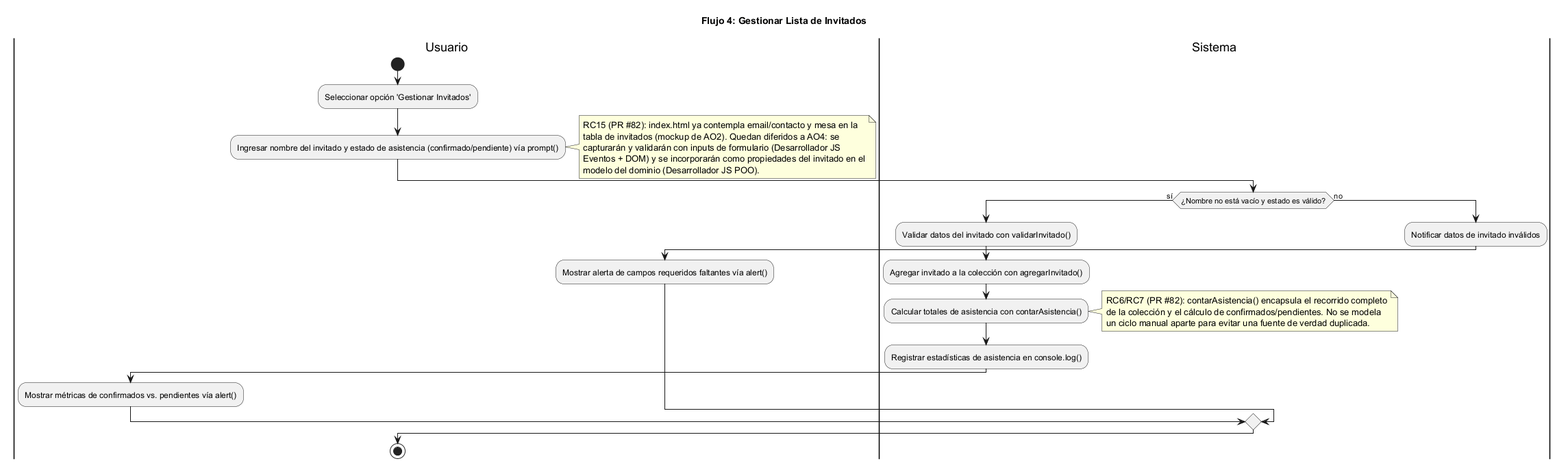
Before: docs/05-diagramas/01-diagrama-de-actividades/actividad-flujo-4-gestionar-invitados.png, a diagram exported from PlantUML (carolabenvenuto-uces/planit).
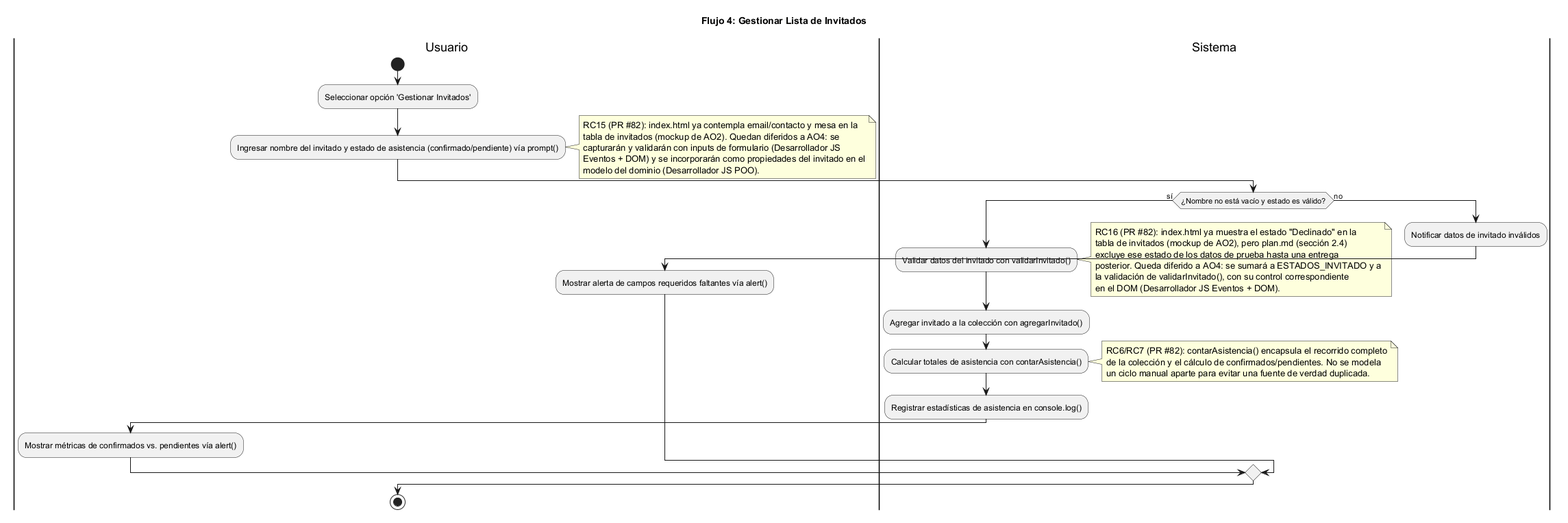
After the commit.

Commit message:
fix(rc16): documentar exclusion/diferimiento del estado Declinado a AO4

The edit, as a diff of the source:
```diff
@@ -16,6 +16,14 @@
 |Sistema|
 if (¿Nombre no está vacío y estado es válido?) then (sí)
   :Validar datos del invitado con validarInvitado();
+  note right
+    RC16 (PR #82): index.html ya muestra el estado "Declinado" en la
+    tabla de invitados (mockup de AO2), pero plan.md (sección 2.4)
+    excluye ese estado de los datos de prueba hasta una entrega
+    posterior. Queda diferido a AO4: se sumará a ESTADOS_INVITADO y a
+    la validación de validarInvitado(), con su control correspondiente
+    en el DOM (Desarrollador JS Eventos + DOM).
+  end note
   :Agregar invitado a la colección con agregarInvitado();
   :Calcular totales de asistencia con contarAsistencia();
   note right
```
